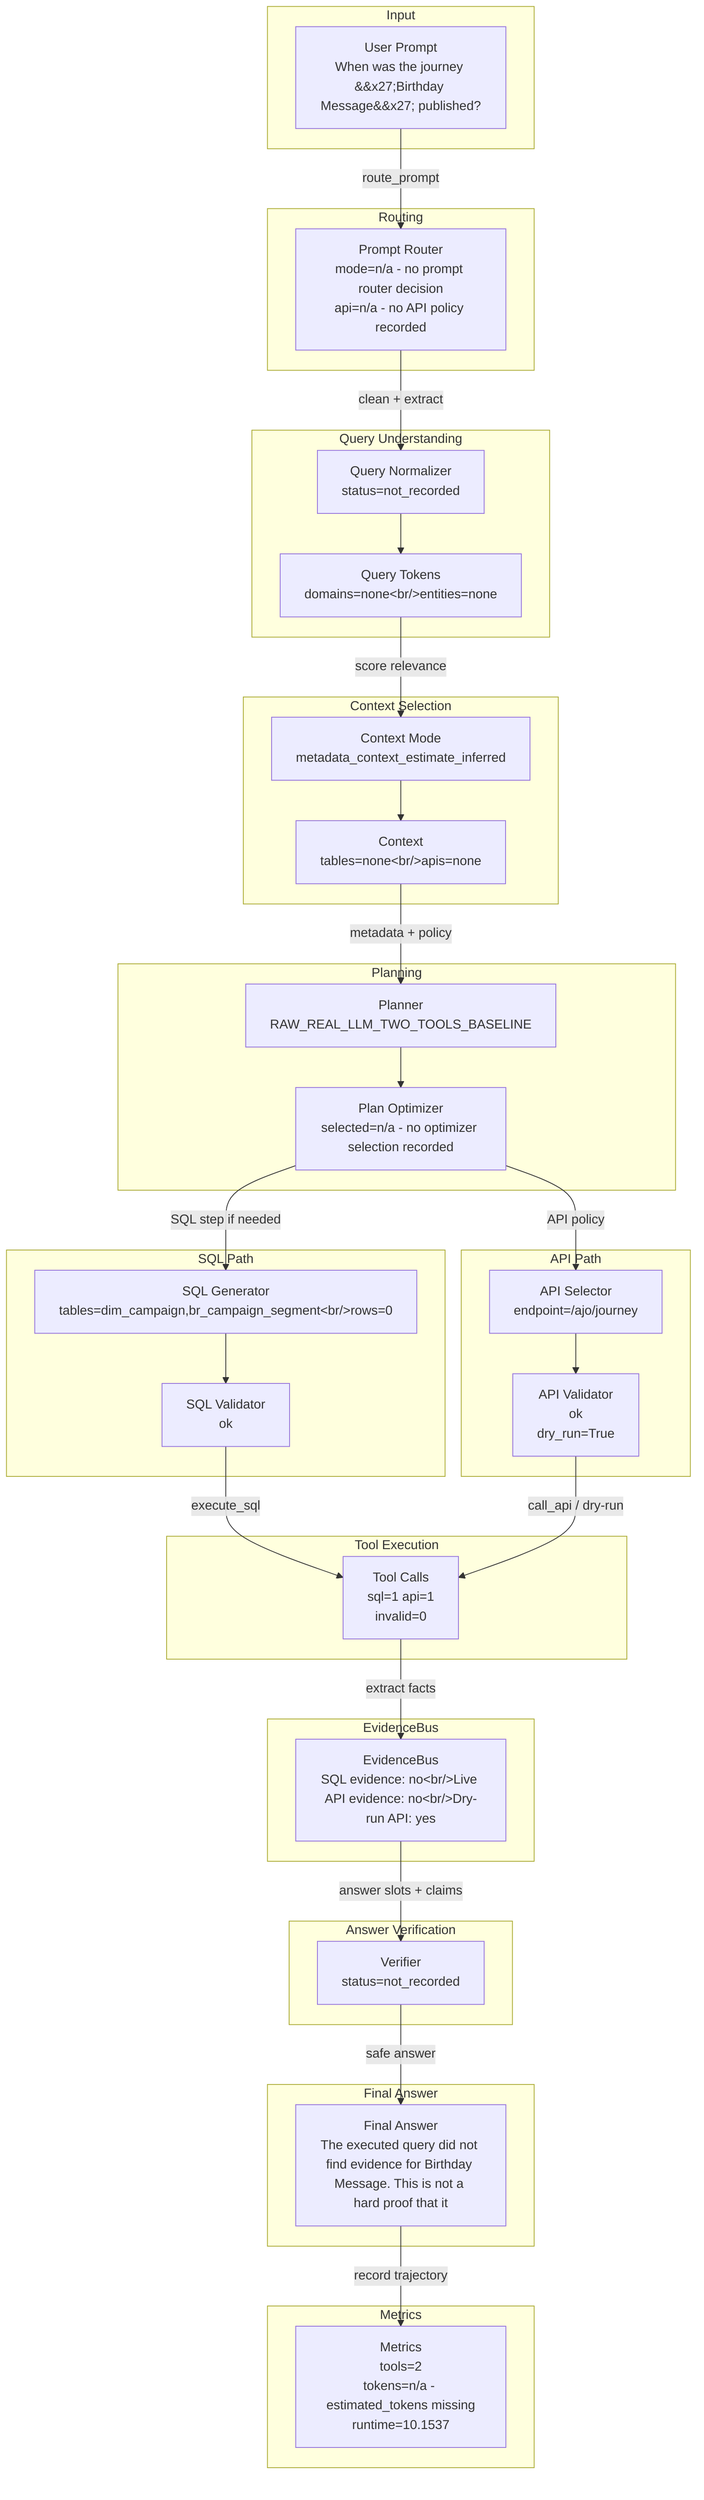
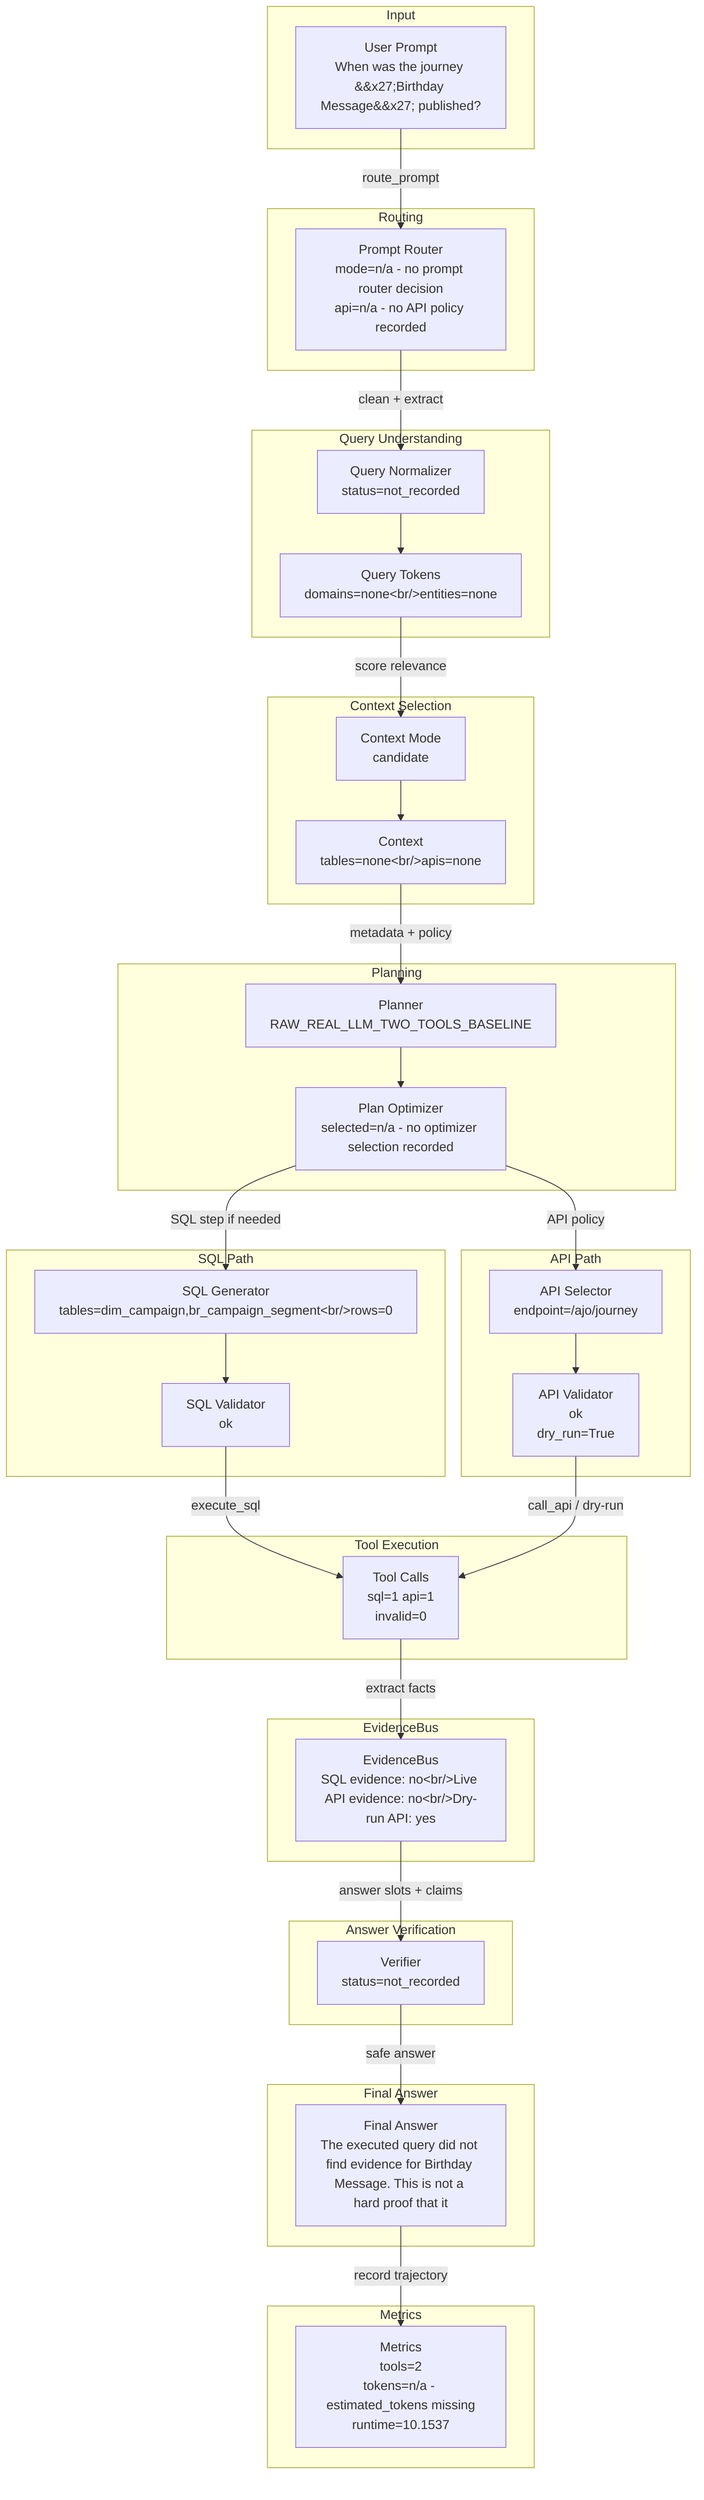
flowchart TD
  subgraph Input
    input_prompt["User Prompt<br/>When was the journey &#x27;Birthday Message&#x27; published?"]
  end
  subgraph Routing
    router["Prompt Router<br/>mode=n/a - no prompt router decision<br/>api=n/a - no API policy recorded"]
    input_prompt -->|route_prompt| router
  end
  subgraph QueryUnderstanding["Query Understanding"]
    normalizer["Query Normalizer<br/>status=not_recorded"]
    tokens["Query Tokens<br/>domains=none&lt;br/&gt;entities=none"]
    router -->|clean + extract| normalizer --> tokens
  end
  subgraph ContextSelection["Context Selection"]
-     context["Context Mode<br/>metadata_context_estimate_inferred"]
+     context["Context Mode<br/>candidate"]
    candidates["Context<br/>tables=none&lt;br/&gt;apis=none"]
    tokens -->|score relevance| context --> candidates
  end
  subgraph Planning
    planner["Planner<br/>RAW_REAL_LLM_TWO_TOOLS_BASELINE"]
    optimizer["Plan Optimizer<br/>selected=n/a - no optimizer selection recorded"]
    candidates -->|metadata + policy| planner --> optimizer
  end
  subgraph SQLPath["SQL Path"]
    sqlgen["SQL Generator<br/>tables=dim_campaign,br_campaign_segment&lt;br/&gt;rows=0"]
    sqlval["SQL Validator<br/>ok"]
    optimizer -->|SQL step if needed| sqlgen --> sqlval
  end
  subgraph APIPath["API Path"]
    apisel["API Selector<br/>endpoint=/ajo/journey"]
    apival["API Validator<br/>ok<br/>dry_run=True"]
    optimizer -->|API policy| apisel --> apival
  end
  subgraph ToolExecution["Tool Execution"]
    tools["Tool Calls<br/>sql=1 api=1<br/>invalid=0"]
    sqlval -->|execute_sql| tools
    apival -->|call_api / dry-run| tools
  end
  subgraph EvidenceBus
    evidence["EvidenceBus<br/>SQL evidence: no&lt;br/&gt;Live API evidence: no&lt;br/&gt;Dry-run API: yes"]
    tools -->|extract facts| evidence
  end
  subgraph AnswerVerification["Answer Verification"]
    verifier["Verifier<br/>status=not_recorded"]
    evidence -->|answer slots + claims| verifier
  end
  subgraph FinalAnswer["Final Answer"]
    answer["Final Answer<br/>The executed query did not find evidence for Birthday Message. This is not a hard proof that it "]
    verifier -->|safe answer| answer
  end
  subgraph Metrics
    metrics["Metrics<br/>tools=2<br/>tokens=n/a - estimated_tokens missing<br/>runtime=10.1537"]
    answer -->|record trajectory| metrics
  end
